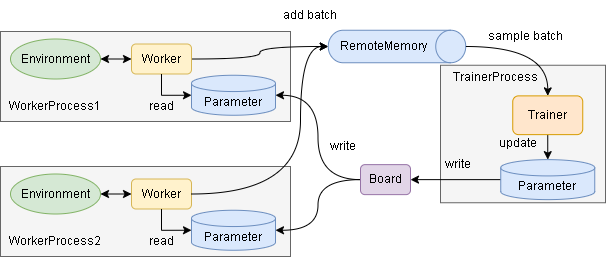
Before: diagrams/overview-distributed.drawio.png, a diagram exported from draw.io (pocokhc/simple_distributed_rl). Source tidied: cells renumbered, new cells last; positions are measured from the earlier drawing's top-left corner, leaving out a move shared by most shapes.
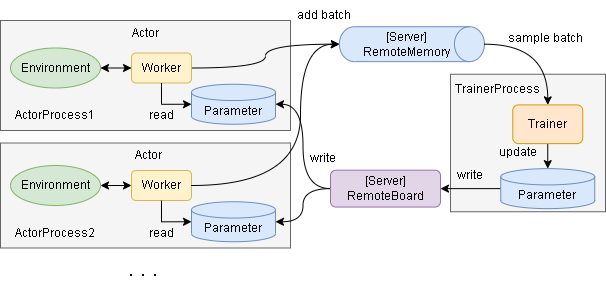
After the commit.

What changed in the source:
```diff
@@ -3,10 +3,10 @@
     <mxCell id="0" />
     <mxCell id="1" parent="0" />
     <mxCell id="2" style="rounded=0;whiteSpace=wrap;html=1;fillColor=#f5f5f5;fontColor=#333333;strokeColor=#666666;" parent="1" vertex="1">
-      <mxGeometry x="440" y="87.8" width="165" height="137.5" as="geometry" />
+      <mxGeometry x="450" y="87.8" width="155" height="137.5" as="geometry" />
     </mxCell>
     <mxCell id="3" style="rounded=0;whiteSpace=wrap;html=1;fillColor=#f5f5f5;fontColor=#333333;strokeColor=#666666;" parent="1" vertex="1">
-      <mxGeometry y="54" width="290" height="90" as="geometry" />
+      <mxGeometry y="34" width="290" height="110" as="geometry" />
     </mxCell>
     <mxCell id="4" style="edgeStyle=none;rounded=0;jettySize=auto;html=1;exitX=1;exitY=0.5;exitDx=0;exitDy=0;startArrow=classic;startFill=1;" parent="1" edge="1" source="5" target="9">
       <mxGeometry relative="1" as="geometry" />
@@ -27,19 +27,19 @@
       <mxGeometry x="131" y="66.5" width="60" height="30" as="geometry" />
     </mxCell>
     <mxCell id="10" style="group;" parent="1" vertex="1">
-      <mxGeometry x="327.8" y="52.8" width="137.5" height="32.5" as="geometry" />
+      <mxGeometry x="360" y="34" width="105" height="135.1" as="geometry" />
     </mxCell>
     <mxCell id="11" style="shape=cylinder3;whiteSpace=wrap;html=1;boundedLbl=1;backgroundOutline=1;size=15;rotation=90;fillColor=#dae8fc;strokeColor=#6c8ebf;" parent="10" vertex="1">
-      <mxGeometry x="52.5" y="-52.5" width="32.5" height="137.5" as="geometry" />
+      <mxGeometry x="34" y="-48.9" width="34.9" height="145.1" as="geometry" />
     </mxCell>
-    <mxCell id="12" value="RemoteMemory" style="text;html=1;strokeColor=none;fillColor=none;align=center;verticalAlign=middle;whiteSpace=wrap;rounded=0;" parent="10" vertex="1">
-      <mxGeometry x="25" y="1.2" width="60" height="30" as="geometry" />
+    <mxCell id="12" value="[Server]&lt;br&gt;RemoteMemory" style="text;html=1;strokeColor=none;fillColor=none;align=center;verticalAlign=middle;whiteSpace=wrap;rounded=0;" parent="10" vertex="1">
+      <mxGeometry x="23.1" y="-2.8" width="45.8" height="53.1" as="geometry" />
     </mxCell>
     <mxCell id="13" style="edgeStyle=orthogonalEdgeStyle;curved=1;rounded=0;jettySize=auto;html=1;exitX=0.5;exitY=0;exitDx=0;exitDy=0;exitPerimeter=0;entryX=0.5;entryY=0;entryDx=0;entryDy=0;" parent="1" edge="1" source="11" target="7">
       <mxGeometry relative="1" as="geometry" />
     </mxCell>
     <mxCell id="14" value="sample batch" style="text;html=1;strokeColor=none;fillColor=none;align=center;verticalAlign=middle;whiteSpace=wrap;rounded=0;" parent="1" vertex="1">
-      <mxGeometry x="480" y="44" width="90" height="30" as="geometry" />
+      <mxGeometry x="500.2" y="36.5" width="90" height="30" as="geometry" />
     </mxCell>
     <mxCell id="15" value="update" style="text;html=1;strokeColor=none;fillColor=none;align=center;verticalAlign=middle;whiteSpace=wrap;rounded=0;" parent="1" vertex="1">
       <mxGeometry x="475" y="150.9" width="85" height="30" as="geometry" />
@@ -50,17 +50,17 @@
     <mxCell id="17" value="Parameter" style="shape=cylinder3;whiteSpace=wrap;html=1;boundedLbl=1;backgroundOutline=1;size=8.142857142857167;fillColor=#dae8fc;strokeColor=#6c8ebf;" parent="1" vertex="1">
       <mxGeometry x="500.2" y="182.1" width="94" height="40" as="geometry" />
     </mxCell>
-    <mxCell id="18" value="Board" style="rounded=1;whiteSpace=wrap;html=1;fillColor=#e1d5e7;strokeColor=#9673a6;" parent="1" vertex="1">
-      <mxGeometry x="360" y="187.1" width="50" height="30" as="geometry" />
+    <mxCell id="18" value="[Server]&lt;br&gt;RemoteBoard" style="rounded=1;whiteSpace=wrap;html=1;fillColor=#e1d5e7;strokeColor=#9673a6;" parent="1" vertex="1">
+      <mxGeometry x="330" y="183.7" width="110" height="36.9" as="geometry" />
     </mxCell>
     <mxCell id="19" value="write" style="text;html=1;strokeColor=none;fillColor=none;align=center;verticalAlign=middle;whiteSpace=wrap;rounded=0;" parent="1" vertex="1">
-      <mxGeometry x="415.2" y="171.5" width="85" height="30" as="geometry" />
+      <mxGeometry x="427.2" y="174" width="85" height="30" as="geometry" />
     </mxCell>
     <mxCell id="20" value="write" style="text;html=1;strokeColor=none;fillColor=none;align=center;verticalAlign=middle;whiteSpace=wrap;rounded=0;" parent="1" vertex="1">
-      <mxGeometry x="300" y="154" width="85" height="30" as="geometry" />
+      <mxGeometry x="280" y="157.1" width="85" height="30" as="geometry" />
     </mxCell>
     <mxCell id="21" value="TrainerProcess&lt;br&gt;" style="text;html=1;strokeColor=none;fillColor=none;align=center;verticalAlign=middle;whiteSpace=wrap;rounded=0;" parent="1" vertex="1">
-      <mxGeometry x="465" y="85.2" width="60" height="30" as="geometry" />
+      <mxGeometry x="467" y="88.4" width="60" height="30" as="geometry" />
     </mxCell>
     <mxCell id="22" style="edgeStyle=orthogonalEdgeStyle;rounded=0;jettySize=auto;html=1;exitX=0;exitY=0.5;exitDx=0;exitDy=0;exitPerimeter=0;entryX=0.5;entryY=1;entryDx=0;entryDy=0;startArrow=classic;startFill=1;endArrow=none;endFill=0;" parent="1" edge="1" source="23" target="9">
       <mxGeometry relative="1" as="geometry" />
@@ -69,28 +69,28 @@
       <mxGeometry x="191" y="97.8" width="84" height="40" as="geometry" />
     </mxCell>
     <mxCell id="24" style="rounded=0;whiteSpace=wrap;html=1;fillColor=#f5f5f5;fontColor=#333333;strokeColor=#666666;" parent="1" vertex="1">
-      <mxGeometry y="189" width="290" height="90" as="geometry" />
+      <mxGeometry y="156.5" width="290" height="105" as="geometry" />
     </mxCell>
     <mxCell id="25" style="edgeStyle=none;rounded=0;jettySize=auto;html=1;exitX=1;exitY=0.5;exitDx=0;exitDy=0;startArrow=classic;startFill=1;" parent="1" edge="1" source="26" target="27">
       <mxGeometry relative="1" as="geometry" />
     </mxCell>
     <mxCell id="26" value="Environment" style="ellipse;whiteSpace=wrap;html=1;fillColor=#d5e8d4;strokeColor=#82b366;" parent="1" vertex="1">
-      <mxGeometry x="10" y="196.5" width="90" height="40" as="geometry" />
+      <mxGeometry x="10" y="179" width="90" height="40" as="geometry" />
     </mxCell>
     <mxCell id="27" value="Worker" style="rounded=1;whiteSpace=wrap;html=1;fillColor=#fff2cc;strokeColor=#d6b656;" parent="1" vertex="1">
-      <mxGeometry x="131" y="201.5" width="60" height="30" as="geometry" />
+      <mxGeometry x="131" y="184" width="60" height="30" as="geometry" />
     </mxCell>
     <mxCell id="28" value="add batch" style="text;html=1;strokeColor=none;fillColor=none;align=center;verticalAlign=middle;whiteSpace=wrap;rounded=0;" parent="1" vertex="1">
-      <mxGeometry x="280" y="22.8" width="60" height="30" as="geometry" />
+      <mxGeometry x="294" y="14" width="60" height="30" as="geometry" />
     </mxCell>
-    <mxCell id="29" value="WorkerProcess2" style="text;html=1;strokeColor=none;fillColor=none;align=center;verticalAlign=middle;whiteSpace=wrap;rounded=0;" parent="1" vertex="1">
-      <mxGeometry x="25" y="249" width="60" height="30" as="geometry" />
+    <mxCell id="29" value="ActorProcess2" style="text;html=1;strokeColor=none;fillColor=none;align=center;verticalAlign=middle;whiteSpace=wrap;rounded=0;" parent="1" vertex="1">
+      <mxGeometry x="25" y="231.5" width="60" height="30" as="geometry" />
     </mxCell>
     <mxCell id="30" style="edgeStyle=orthogonalEdgeStyle;rounded=0;jettySize=auto;html=1;exitX=0;exitY=0.5;exitDx=0;exitDy=0;exitPerimeter=0;entryX=0.5;entryY=1;entryDx=0;entryDy=0;startArrow=classic;startFill=1;endArrow=none;endFill=0;" parent="1" edge="1" source="31" target="27">
       <mxGeometry relative="1" as="geometry" />
     </mxCell>
     <mxCell id="31" value="Parameter" style="shape=cylinder3;whiteSpace=wrap;html=1;boundedLbl=1;backgroundOutline=1;size=8.142857142857167;fillColor=#dae8fc;strokeColor=#6c8ebf;" parent="1" vertex="1">
-      <mxGeometry x="191" y="232.8" width="84" height="40" as="geometry" />
+      <mxGeometry x="191" y="215.2" width="84" height="40" as="geometry" />
     </mxCell>
     <mxCell id="32" style="edgeStyle=orthogonalEdgeStyle;curved=1;rounded=0;jettySize=auto;html=1;exitX=0;exitY=0.5;exitDx=0;exitDy=0;entryX=1;entryY=0.5;entryDx=0;entryDy=0;entryPerimeter=0;" parent="1" edge="1" source="18" target="31">
       <mxGeometry relative="1" as="geometry" />
@@ -101,19 +101,28 @@
     <mxCell id="34" style="edgeStyle=orthogonalEdgeStyle;curved=1;rounded=0;jettySize=auto;html=1;exitX=1;exitY=0.5;exitDx=0;exitDy=0;entryX=0.5;entryY=1;entryDx=0;entryDy=0;entryPerimeter=0;" parent="1" edge="1" source="27" target="11">
       <mxGeometry relative="1" as="geometry">
         <Array as="points">
-          <mxPoint x="300" y="216" />
-          <mxPoint x="300" y="69" />
+          <mxPoint x="300" y="199" />
+          <mxPoint x="300" y="58" />
         </Array>
       </mxGeometry>
     </mxCell>
-    <mxCell id="35" value="WorkerProcess1" style="text;html=1;strokeColor=none;fillColor=none;align=center;verticalAlign=middle;whiteSpace=wrap;rounded=0;" parent="1" vertex="1">
+    <mxCell id="35" value="ActorProcess1" style="text;html=1;strokeColor=none;fillColor=none;align=center;verticalAlign=middle;whiteSpace=wrap;rounded=0;" parent="1" vertex="1">
       <mxGeometry x="25" y="114" width="60" height="30" as="geometry" />
     </mxCell>
     <mxCell id="36" value="read" style="text;html=1;strokeColor=none;fillColor=none;align=center;verticalAlign=middle;whiteSpace=wrap;rounded=0;" parent="1" vertex="1">
       <mxGeometry x="118.5" y="114" width="85" height="30" as="geometry" />
     </mxCell>
     <mxCell id="37" value="read" style="text;html=1;strokeColor=none;fillColor=none;align=center;verticalAlign=middle;whiteSpace=wrap;rounded=0;" parent="1" vertex="1">
-      <mxGeometry x="118.5" y="249" width="85" height="30" as="geometry" />
+      <mxGeometry x="118.5" y="231.5" width="85" height="30" as="geometry" />
     </mxCell>
+    <mxCell id="38" value="Actor" style="text;html=1;strokeColor=none;fillColor=none;align=center;verticalAlign=middle;whiteSpace=wrap;rounded=0;" parent="1" vertex="1">
+      <mxGeometry x="106" y="154" width="85" height="30" as="geometry" />
+    </mxCell>
+    <mxCell id="39" value="Actor" style="text;html=1;strokeColor=none;fillColor=none;align=center;verticalAlign=middle;whiteSpace=wrap;rounded=0;" parent="1" vertex="1">
+      <mxGeometry x="102.5" y="31.5" width="85" height="30" as="geometry" />
+    </mxCell>
+    <mxCell id="40" value="・・・" style="text;html=1;strokeColor=none;fillColor=none;align=center;verticalAlign=middle;whiteSpace=wrap;rounded=0;" parent="1" vertex="1">
+      <mxGeometry x="100" y="274" width="85" height="30" as="geometry" />
+    </mxCell>
   </root>
 </mxGraphModel>
```
